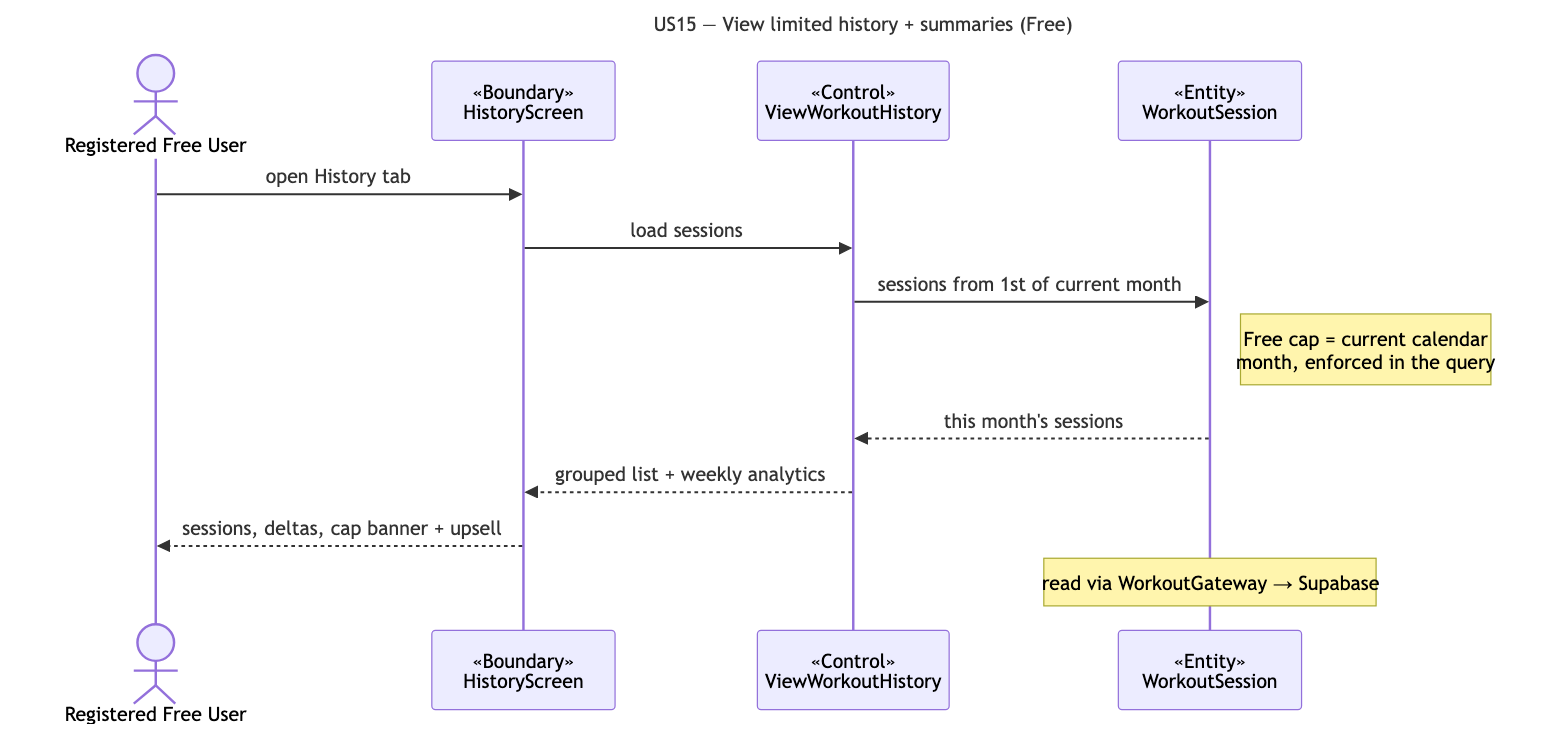
Before: docs/deliverables/sequence-diagrams/US15-limited-history.png, a diagram exported from Mermaid (cyuanjun/FYP-26-S2-37-app). Its source is kept beside it as docs/deliverables/sequence-diagrams/src/US15-limited-history.mmd.
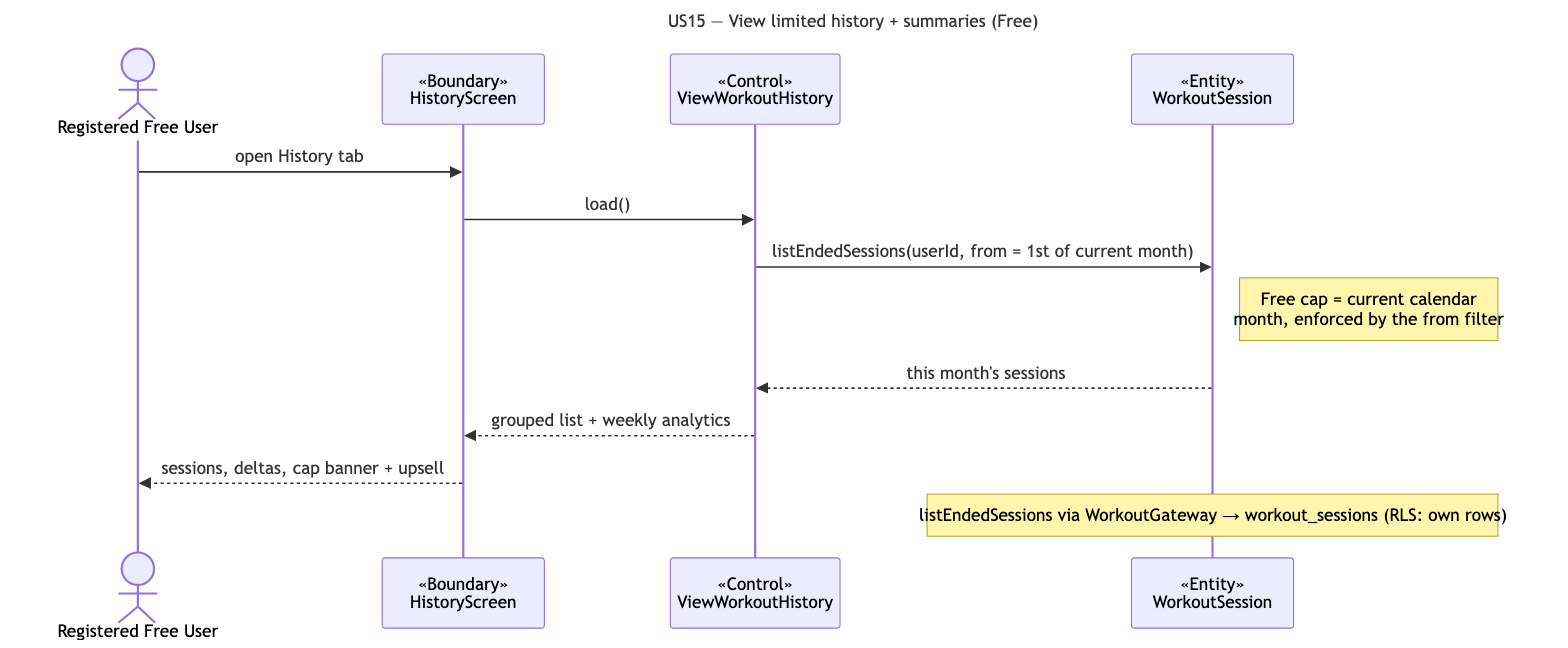
The same diagram one commit later.

Diff of the diagram source:
```diff
@@ -7,10 +7,10 @@
   participant C as «Control»<br/>ViewWorkoutHistory
   participant E as «Entity»<br/>WorkoutSession
   A->>B: open History tab
-  B->>C: load sessions
-  C->>E: sessions from 1st of current month
-  note right of E: Free cap = current calendar<br/>month, enforced in the query
+  B->>C: load()
+  C->>E: listEndedSessions(userId, from = 1st of current month)
+  note right of E: Free cap = current calendar<br/>month, enforced by the from filter
   E-->>C: this month's sessions
   C-->>B: grouped list + weekly analytics
   B-->>A: sessions, deltas, cap banner + upsell
-  note over E: read via WorkoutGateway → Supabase
+  note over E: listEndedSessions via WorkoutGateway → workout_sessions (RLS: own rows)
```
